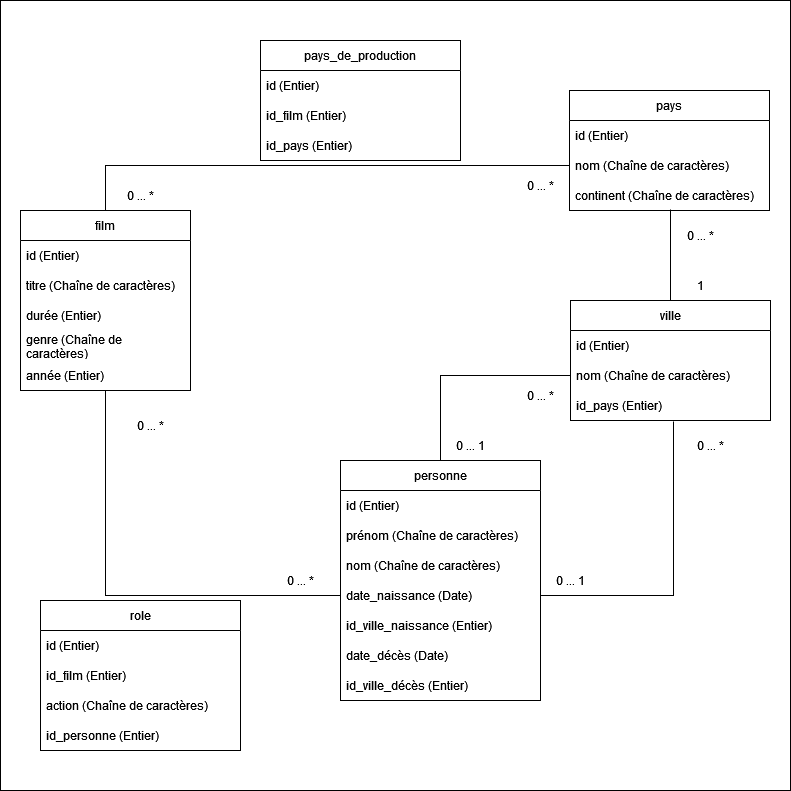
The draw.io diagram Base de données films - Support pour les cours 6 et 7/films_modele_conceptuel.png in virgile-reignier/Cours-Pratiques-Numeriques-Universite-Picardie-L2-L3, before a commit. Source tidied: cells renumbered, new cells last; positions are measured from the earlier drawing's top-left corner, leaving out a move shared by most shapes. The source it was exported from:
```xml
<mxGraphModel>
  <root>
    <mxCell id="0" />
    <mxCell id="1" parent="0" />
    <mxCell id="2" style="whiteSpace=wrap;html=1;fillColor=default;" parent="1" vertex="1">
      <mxGeometry width="790" height="790" as="geometry" />
    </mxCell>
    <mxCell id="3" style="edgeStyle=orthogonalEdgeStyle;rounded=0;jettySize=auto;html=1;entryX=0;entryY=0.5;entryDx=0;entryDy=0;startArrow=none;startFill=0;endArrow=none;endFill=0;" parent="1" edge="1" source="4" target="28">
      <mxGeometry relative="1" as="geometry" />
    </mxCell>
    <mxCell id="4" value="film" style="swimlane;fontStyle=0;horizontal=1;startSize=30;whiteSpace=wrap;html=1;fillColor=#FFFFFF;" parent="1" vertex="1">
      <mxGeometry x="20" y="210" width="170" height="180" as="geometry" />
    </mxCell>
    <mxCell id="5" value="id (Entier)" style="text;strokeColor=none;fillColor=none;align=left;verticalAlign=middle;spacingLeft=4;spacingRight=4;overflow=hidden;whiteSpace=wrap;html=1;" parent="4" vertex="1">
      <mxGeometry y="30" width="170" height="30" as="geometry" />
    </mxCell>
    <mxCell id="6" value="titre (Chaîne de caractères)" style="text;strokeColor=none;fillColor=none;align=left;verticalAlign=middle;spacingLeft=4;spacingRight=4;overflow=hidden;whiteSpace=wrap;html=1;" parent="4" vertex="1">
      <mxGeometry y="60" width="170" height="30" as="geometry" />
    </mxCell>
    <mxCell id="7" value="durée (Entier)" style="text;strokeColor=none;fillColor=none;align=left;verticalAlign=middle;spacingLeft=4;spacingRight=4;overflow=hidden;whiteSpace=wrap;html=1;" parent="4" vertex="1">
      <mxGeometry y="90" width="170" height="30" as="geometry" />
    </mxCell>
    <mxCell id="8" value="&lt;div&gt;genre (Chaîne de caractères)&lt;/div&gt;" style="text;strokeColor=none;fillColor=none;align=left;verticalAlign=middle;spacingLeft=4;spacingRight=4;overflow=hidden;whiteSpace=wrap;html=1;" parent="4" vertex="1">
      <mxGeometry y="120" width="170" height="30" as="geometry" />
    </mxCell>
    <mxCell id="9" value="&lt;div&gt;année (Entier)&lt;/div&gt;" style="text;strokeColor=none;fillColor=none;align=left;verticalAlign=middle;spacingLeft=4;spacingRight=4;overflow=hidden;whiteSpace=wrap;html=1;" parent="4" vertex="1">
      <mxGeometry y="150" width="170" height="30" as="geometry" />
    </mxCell>
    <mxCell id="10" value="pays" style="swimlane;fontStyle=0;horizontal=1;startSize=30;whiteSpace=wrap;html=1;" parent="1" vertex="1">
      <mxGeometry x="569" y="90" width="200" height="120" as="geometry" />
    </mxCell>
    <mxCell id="11" value="id (Entier)" style="text;strokeColor=none;fillColor=none;align=left;verticalAlign=middle;spacingLeft=4;spacingRight=4;overflow=hidden;whiteSpace=wrap;html=1;" parent="10" vertex="1">
      <mxGeometry y="30" width="200" height="30" as="geometry" />
    </mxCell>
    <mxCell id="12" value="nom (Chaîne de caractères)" style="text;strokeColor=none;fillColor=none;align=left;verticalAlign=middle;spacingLeft=4;spacingRight=4;overflow=hidden;points=[[0,0.5],[1,0.5]];portConstraint=eastwest;whiteSpace=wrap;html=1;" parent="10" vertex="1">
      <mxGeometry y="60" width="200" height="30" as="geometry" />
    </mxCell>
    <mxCell id="13" value="continent (Chaîne de caractères)" style="text;strokeColor=none;fillColor=none;align=left;verticalAlign=middle;spacingLeft=4;spacingRight=4;overflow=hidden;points=[[0,0.5],[1,0.5]];portConstraint=eastwest;whiteSpace=wrap;html=1;" parent="10" vertex="1">
      <mxGeometry y="90" width="200" height="30" as="geometry" />
    </mxCell>
    <mxCell id="14" value="pays_de_production" style="swimlane;fontStyle=0;horizontal=1;startSize=30;whiteSpace=wrap;html=1;" parent="1" vertex="1">
      <mxGeometry x="260" y="40" width="200" height="120" as="geometry" />
    </mxCell>
    <mxCell id="15" value="id (Entier)" style="text;strokeColor=none;fillColor=none;align=left;verticalAlign=middle;spacingLeft=4;spacingRight=4;overflow=hidden;whiteSpace=wrap;html=1;" parent="14" vertex="1">
      <mxGeometry y="30" width="200" height="30" as="geometry" />
    </mxCell>
    <mxCell id="16" value="id_film (Entier)" style="text;strokeColor=none;fillColor=none;align=left;verticalAlign=middle;spacingLeft=4;spacingRight=4;overflow=hidden;whiteSpace=wrap;html=1;" parent="14" vertex="1">
      <mxGeometry y="60" width="200" height="30" as="geometry" />
    </mxCell>
    <mxCell id="17" value="id_pays (Entier)" style="text;strokeColor=none;fillColor=none;align=left;verticalAlign=middle;spacingLeft=4;spacingRight=4;overflow=hidden;whiteSpace=wrap;html=1;" parent="14" vertex="1">
      <mxGeometry y="90" width="200" height="30" as="geometry" />
    </mxCell>
    <mxCell id="18" style="edgeStyle=orthogonalEdgeStyle;rounded=0;jettySize=auto;html=1;startArrow=none;startFill=0;endArrow=none;endFill=0;entryX=0.505;entryY=0.967;entryDx=0;entryDy=0;entryPerimeter=0;" parent="1" edge="1" source="19" target="13">
      <mxGeometry relative="1" as="geometry" />
    </mxCell>
    <mxCell id="19" value="ville" style="swimlane;fontStyle=0;horizontal=1;startSize=30;whiteSpace=wrap;html=1;" parent="1" vertex="1">
      <mxGeometry x="570" y="300" width="200" height="120" as="geometry" />
    </mxCell>
    <mxCell id="20" value="id (Entier)" style="text;strokeColor=none;fillColor=none;align=left;verticalAlign=middle;spacingLeft=4;spacingRight=4;overflow=hidden;whiteSpace=wrap;html=1;" parent="19" vertex="1">
      <mxGeometry y="30" width="200" height="30" as="geometry" />
    </mxCell>
    <mxCell id="21" value="nom (Chaîne de caractères)" style="text;strokeColor=none;fillColor=none;align=left;verticalAlign=middle;spacingLeft=4;spacingRight=4;overflow=hidden;points=[[0,0.5],[1,0.5]];portConstraint=eastwest;whiteSpace=wrap;html=1;" parent="19" vertex="1">
      <mxGeometry y="60" width="200" height="30" as="geometry" />
    </mxCell>
    <mxCell id="22" value="id_pays (Entier)" style="text;strokeColor=none;fillColor=none;align=left;verticalAlign=middle;spacingLeft=4;spacingRight=4;overflow=hidden;points=[[0,0.5],[1,0.5]];portConstraint=eastwest;whiteSpace=wrap;html=1;" parent="19" vertex="1">
      <mxGeometry y="90" width="200" height="30" as="geometry" />
    </mxCell>
    <mxCell id="23" style="edgeStyle=orthogonalEdgeStyle;rounded=0;jettySize=auto;html=1;entryX=0;entryY=0.5;entryDx=0;entryDy=0;endArrow=none;endFill=0;" parent="1" edge="1" source="24" target="21">
      <mxGeometry relative="1" as="geometry" />
    </mxCell>
    <mxCell id="24" value="personne" style="swimlane;fontStyle=0;horizontal=1;startSize=30;whiteSpace=wrap;html=1;" parent="1" vertex="1">
      <mxGeometry x="340" y="460" width="200" height="240" as="geometry" />
    </mxCell>
    <mxCell id="25" value="id (Entier)" style="text;strokeColor=none;fillColor=none;align=left;verticalAlign=middle;spacingLeft=4;spacingRight=4;overflow=hidden;whiteSpace=wrap;html=1;" parent="24" vertex="1">
      <mxGeometry y="30" width="200" height="30" as="geometry" />
    </mxCell>
    <mxCell id="26" value="prénom (Chaîne de caractères)" style="text;strokeColor=none;fillColor=none;align=left;verticalAlign=middle;spacingLeft=4;spacingRight=4;overflow=hidden;whiteSpace=wrap;html=1;" parent="24" vertex="1">
      <mxGeometry y="60" width="200" height="30" as="geometry" />
    </mxCell>
    <mxCell id="27" value="nom (Chaîne de caractères)" style="text;strokeColor=none;fillColor=none;align=left;verticalAlign=middle;spacingLeft=4;spacingRight=4;overflow=hidden;whiteSpace=wrap;html=1;" parent="24" vertex="1">
      <mxGeometry y="90" width="200" height="30" as="geometry" />
    </mxCell>
    <mxCell id="28" value="date_naissance (Date)" style="text;strokeColor=none;fillColor=none;align=left;verticalAlign=middle;spacingLeft=4;spacingRight=4;overflow=hidden;points=[[0,0.5],[1,0.5]];portConstraint=eastwest;whiteSpace=wrap;html=1;" parent="24" vertex="1">
      <mxGeometry y="120" width="200" height="30" as="geometry" />
    </mxCell>
    <mxCell id="29" value="&lt;div&gt;id_ville_naissance (Entier)&lt;/div&gt;" style="text;strokeColor=none;fillColor=none;align=left;verticalAlign=middle;spacingLeft=4;spacingRight=4;overflow=hidden;whiteSpace=wrap;html=1;" parent="24" vertex="1">
      <mxGeometry y="150" width="200" height="30" as="geometry" />
    </mxCell>
    <mxCell id="30" value="&lt;div&gt;date_décès (Date)&lt;/div&gt;" style="text;strokeColor=none;fillColor=none;align=left;verticalAlign=middle;spacingLeft=4;spacingRight=4;overflow=hidden;whiteSpace=wrap;html=1;" parent="24" vertex="1">
      <mxGeometry y="180" width="200" height="30" as="geometry" />
    </mxCell>
    <mxCell id="31" value="&lt;div&gt;id_ville_décès (Entier)&lt;/div&gt;" style="text;strokeColor=none;fillColor=none;align=left;verticalAlign=middle;spacingLeft=4;spacingRight=4;overflow=hidden;whiteSpace=wrap;html=1;" parent="24" vertex="1">
      <mxGeometry y="210" width="200" height="30" as="geometry" />
    </mxCell>
    <mxCell id="32" value="role" style="swimlane;fontStyle=0;horizontal=1;startSize=30;whiteSpace=wrap;html=1;" parent="1" vertex="1">
      <mxGeometry x="40" y="600" width="200" height="150" as="geometry" />
    </mxCell>
    <mxCell id="33" value="id (Entier)" style="text;strokeColor=none;fillColor=none;align=left;verticalAlign=middle;spacingLeft=4;spacingRight=4;overflow=hidden;whiteSpace=wrap;html=1;" parent="32" vertex="1">
      <mxGeometry y="30" width="200" height="30" as="geometry" />
    </mxCell>
    <mxCell id="34" value="id_film (Entier)" style="text;strokeColor=none;fillColor=none;align=left;verticalAlign=middle;spacingLeft=4;spacingRight=4;overflow=hidden;whiteSpace=wrap;html=1;" parent="32" vertex="1">
      <mxGeometry y="60" width="200" height="30" as="geometry" />
    </mxCell>
    <mxCell id="35" value="action (Chaîne de caractères)" style="text;align=left;verticalAlign=middle;spacingLeft=4;spacingRight=4;overflow=hidden;whiteSpace=wrap;html=1;fillColor=none;" parent="32" vertex="1">
      <mxGeometry y="90" width="200" height="30" as="geometry" />
    </mxCell>
    <mxCell id="36" value="id_personne (Entier)" style="text;strokeColor=none;fillColor=none;align=left;verticalAlign=middle;spacingLeft=4;spacingRight=4;overflow=hidden;whiteSpace=wrap;html=1;" parent="32" vertex="1">
      <mxGeometry y="120" width="200" height="30" as="geometry" />
    </mxCell>
    <mxCell id="37" value="0 ... *" style="text;html=1;strokeColor=none;fillColor=none;align=center;verticalAlign=middle;whiteSpace=wrap;rounded=0;" parent="1" vertex="1">
      <mxGeometry x="510" y="170" width="60" height="30" as="geometry" />
    </mxCell>
    <mxCell id="38" value="0 ... *" style="text;html=1;strokeColor=none;fillColor=none;align=center;verticalAlign=middle;whiteSpace=wrap;rounded=0;" parent="1" vertex="1">
      <mxGeometry x="270" y="565" width="60" height="30" as="geometry" />
    </mxCell>
    <mxCell id="39" style="edgeStyle=orthogonalEdgeStyle;rounded=0;jettySize=auto;html=1;entryX=0.515;entryY=1.033;entryDx=0;entryDy=0;entryPerimeter=0;endArrow=none;endFill=0;" parent="1" edge="1" source="28" target="22">
      <mxGeometry relative="1" as="geometry" />
    </mxCell>
    <mxCell id="40" value="0 ... *" style="text;html=1;strokeColor=none;fillColor=none;align=center;verticalAlign=middle;whiteSpace=wrap;rounded=0;" parent="1" vertex="1">
      <mxGeometry x="510" y="380" width="60" height="30" as="geometry" />
    </mxCell>
    <mxCell id="41" value="0 ... 1" style="text;html=1;strokeColor=none;fillColor=none;align=center;verticalAlign=middle;whiteSpace=wrap;rounded=0;" parent="1" vertex="1">
      <mxGeometry x="440" y="430" width="60" height="30" as="geometry" />
    </mxCell>
    <mxCell id="42" value="0 ... 1" style="text;html=1;strokeColor=none;fillColor=none;align=center;verticalAlign=middle;whiteSpace=wrap;rounded=0;" parent="1" vertex="1">
      <mxGeometry x="540" y="565" width="60" height="30" as="geometry" />
    </mxCell>
    <mxCell id="43" value="&lt;div&gt;0 ... *&lt;/div&gt;" style="text;html=1;strokeColor=none;fillColor=none;align=center;verticalAlign=middle;whiteSpace=wrap;rounded=0;" parent="1" vertex="1">
      <mxGeometry x="680" y="430" width="60" height="30" as="geometry" />
    </mxCell>
    <mxCell id="44" value="&lt;div&gt;1&lt;/div&gt;" style="text;html=1;strokeColor=none;fillColor=none;align=center;verticalAlign=middle;whiteSpace=wrap;rounded=0;" parent="1" vertex="1">
      <mxGeometry x="670" y="270" width="60" height="30" as="geometry" />
    </mxCell>
    <mxCell id="45" value="0 ... *" style="text;html=1;strokeColor=none;fillColor=none;align=center;verticalAlign=middle;whiteSpace=wrap;rounded=0;" parent="1" vertex="1">
      <mxGeometry x="670" y="220" width="60" height="30" as="geometry" />
    </mxCell>
    <mxCell id="46" style="edgeStyle=orthogonalEdgeStyle;rounded=0;jettySize=auto;html=1;entryX=0.5;entryY=0;entryDx=0;entryDy=0;startArrow=none;startFill=0;endArrow=none;endFill=0;" parent="1" edge="1" source="12" target="4">
      <mxGeometry relative="1" as="geometry" />
    </mxCell>
    <mxCell id="47" value="0 ... *" style="text;html=1;strokeColor=none;fillColor=none;align=center;verticalAlign=middle;whiteSpace=wrap;rounded=0;" parent="1" vertex="1">
      <mxGeometry x="110" y="180" width="60" height="30" as="geometry" />
    </mxCell>
    <mxCell id="48" value="0 ... *" style="text;html=1;strokeColor=none;fillColor=none;align=center;verticalAlign=middle;whiteSpace=wrap;rounded=0;" parent="1" vertex="1">
      <mxGeometry x="120" y="410" width="60" height="30" as="geometry" />
    </mxCell>
  </root>
</mxGraphModel>
```
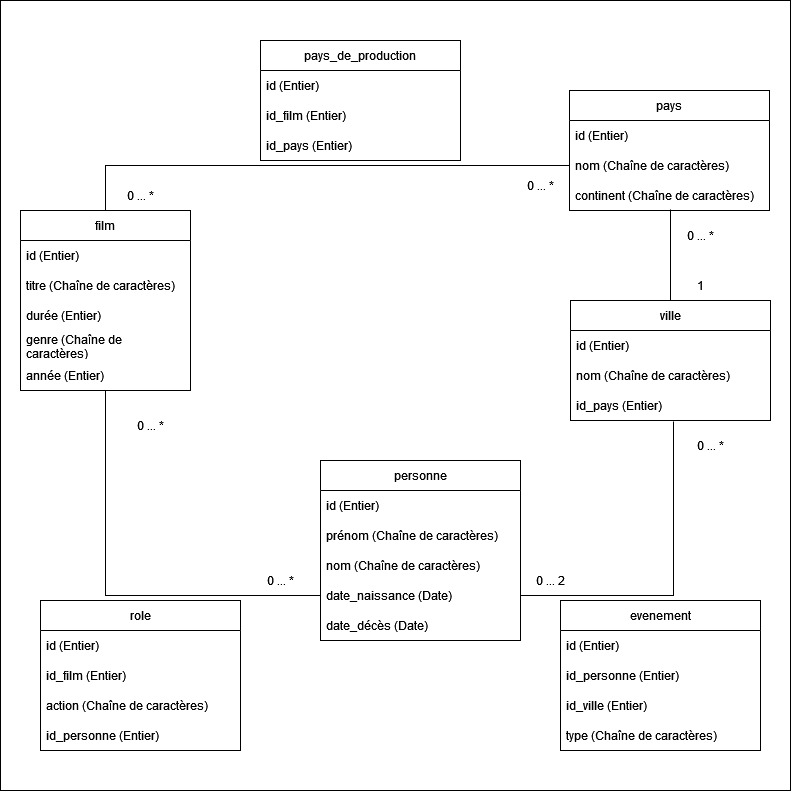
Above is the later version.

Diff of the diagram source:
```diff
@@ -65,11 +65,8 @@
     <mxCell id="22" value="id_pays (Entier)" style="text;strokeColor=none;fillColor=none;align=left;verticalAlign=middle;spacingLeft=4;spacingRight=4;overflow=hidden;points=[[0,0.5],[1,0.5]];portConstraint=eastwest;whiteSpace=wrap;html=1;" parent="19" vertex="1">
       <mxGeometry y="90" width="200" height="30" as="geometry" />
     </mxCell>
-    <mxCell id="23" style="edgeStyle=orthogonalEdgeStyle;rounded=0;jettySize=auto;html=1;entryX=0;entryY=0.5;entryDx=0;entryDy=0;endArrow=none;endFill=0;" parent="1" edge="1" source="24" target="21">
-      <mxGeometry relative="1" as="geometry" />
-    </mxCell>
     <mxCell id="24" value="personne" style="swimlane;fontStyle=0;horizontal=1;startSize=30;whiteSpace=wrap;html=1;" parent="1" vertex="1">
-      <mxGeometry x="340" y="460" width="200" height="240" as="geometry" />
+      <mxGeometry x="320" y="460" width="200" height="180" as="geometry" />
     </mxCell>
     <mxCell id="25" value="id (Entier)" style="text;strokeColor=none;fillColor=none;align=left;verticalAlign=middle;spacingLeft=4;spacingRight=4;overflow=hidden;whiteSpace=wrap;html=1;" parent="24" vertex="1">
       <mxGeometry y="30" width="200" height="30" as="geometry" />
@@ -83,15 +80,9 @@
     <mxCell id="28" value="date_naissance (Date)" style="text;strokeColor=none;fillColor=none;align=left;verticalAlign=middle;spacingLeft=4;spacingRight=4;overflow=hidden;points=[[0,0.5],[1,0.5]];portConstraint=eastwest;whiteSpace=wrap;html=1;" parent="24" vertex="1">
       <mxGeometry y="120" width="200" height="30" as="geometry" />
     </mxCell>
-    <mxCell id="29" value="&lt;div&gt;id_ville_naissance (Entier)&lt;/div&gt;" style="text;strokeColor=none;fillColor=none;align=left;verticalAlign=middle;spacingLeft=4;spacingRight=4;overflow=hidden;whiteSpace=wrap;html=1;" parent="24" vertex="1">
-      <mxGeometry y="150" width="200" height="30" as="geometry" />
-    </mxCell>
     <mxCell id="30" value="&lt;div&gt;date_décès (Date)&lt;/div&gt;" style="text;strokeColor=none;fillColor=none;align=left;verticalAlign=middle;spacingLeft=4;spacingRight=4;overflow=hidden;whiteSpace=wrap;html=1;" parent="24" vertex="1">
-      <mxGeometry y="180" width="200" height="30" as="geometry" />
+      <mxGeometry y="150" width="200" height="30" as="geometry" />
     </mxCell>
-    <mxCell id="31" value="&lt;div&gt;id_ville_décès (Entier)&lt;/div&gt;" style="text;strokeColor=none;fillColor=none;align=left;verticalAlign=middle;spacingLeft=4;spacingRight=4;overflow=hidden;whiteSpace=wrap;html=1;" parent="24" vertex="1">
-      <mxGeometry y="210" width="200" height="30" as="geometry" />
-    </mxCell>
     <mxCell id="32" value="role" style="swimlane;fontStyle=0;horizontal=1;startSize=30;whiteSpace=wrap;html=1;" parent="1" vertex="1">
       <mxGeometry x="40" y="600" width="200" height="150" as="geometry" />
     </mxCell>
@@ -111,19 +102,13 @@
       <mxGeometry x="510" y="170" width="60" height="30" as="geometry" />
     </mxCell>
     <mxCell id="38" value="0 ... *" style="text;html=1;strokeColor=none;fillColor=none;align=center;verticalAlign=middle;whiteSpace=wrap;rounded=0;" parent="1" vertex="1">
-      <mxGeometry x="270" y="565" width="60" height="30" as="geometry" />
+      <mxGeometry x="250" y="565" width="60" height="30" as="geometry" />
     </mxCell>
     <mxCell id="39" style="edgeStyle=orthogonalEdgeStyle;rounded=0;jettySize=auto;html=1;entryX=0.515;entryY=1.033;entryDx=0;entryDy=0;entryPerimeter=0;endArrow=none;endFill=0;" parent="1" edge="1" source="28" target="22">
       <mxGeometry relative="1" as="geometry" />
     </mxCell>
-    <mxCell id="40" value="0 ... *" style="text;html=1;strokeColor=none;fillColor=none;align=center;verticalAlign=middle;whiteSpace=wrap;rounded=0;" parent="1" vertex="1">
-      <mxGeometry x="510" y="380" width="60" height="30" as="geometry" />
-    </mxCell>
-    <mxCell id="41" value="0 ... 1" style="text;html=1;strokeColor=none;fillColor=none;align=center;verticalAlign=middle;whiteSpace=wrap;rounded=0;" parent="1" vertex="1">
-      <mxGeometry x="440" y="430" width="60" height="30" as="geometry" />
-    </mxCell>
-    <mxCell id="42" value="0 ... 1" style="text;html=1;strokeColor=none;fillColor=none;align=center;verticalAlign=middle;whiteSpace=wrap;rounded=0;" parent="1" vertex="1">
-      <mxGeometry x="540" y="565" width="60" height="30" as="geometry" />
+    <mxCell id="42" value="0 ... 2" style="text;html=1;strokeColor=none;fillColor=none;align=center;verticalAlign=middle;whiteSpace=wrap;rounded=0;" parent="1" vertex="1">
+      <mxGeometry x="520" y="565" width="60" height="30" as="geometry" />
     </mxCell>
     <mxCell id="43" value="&lt;div&gt;0 ... *&lt;/div&gt;" style="text;html=1;strokeColor=none;fillColor=none;align=center;verticalAlign=middle;whiteSpace=wrap;rounded=0;" parent="1" vertex="1">
       <mxGeometry x="680" y="430" width="60" height="30" as="geometry" />
@@ -143,5 +128,20 @@
     <mxCell id="48" value="0 ... *" style="text;html=1;strokeColor=none;fillColor=none;align=center;verticalAlign=middle;whiteSpace=wrap;rounded=0;" parent="1" vertex="1">
       <mxGeometry x="120" y="410" width="60" height="30" as="geometry" />
     </mxCell>
+    <mxCell id="49" value="evenement" style="swimlane;fontStyle=0;horizontal=1;startSize=30;whiteSpace=wrap;html=1;" parent="1" vertex="1">
+      <mxGeometry x="560" y="600" width="200" height="150" as="geometry" />
+    </mxCell>
+    <mxCell id="50" value="id (Entier)" style="text;strokeColor=none;fillColor=none;align=left;verticalAlign=middle;spacingLeft=4;spacingRight=4;overflow=hidden;whiteSpace=wrap;html=1;" parent="49" vertex="1">
+      <mxGeometry y="30" width="200" height="30" as="geometry" />
+    </mxCell>
+    <mxCell id="51" value="id_personne (Entier)" style="text;strokeColor=none;fillColor=none;align=left;verticalAlign=middle;spacingLeft=4;spacingRight=4;overflow=hidden;whiteSpace=wrap;html=1;" parent="49" vertex="1">
+      <mxGeometry y="60" width="200" height="30" as="geometry" />
+    </mxCell>
+    <mxCell id="52" value="id_ville (Entier)" style="text;strokeColor=none;fillColor=none;align=left;verticalAlign=middle;spacingLeft=4;spacingRight=4;overflow=hidden;whiteSpace=wrap;html=1;" parent="49" vertex="1">
+      <mxGeometry y="90" width="200" height="30" as="geometry" />
+    </mxCell>
+    <mxCell id="53" value="type (Chaîne de caractères)" style="text;strokeColor=none;fillColor=none;align=left;verticalAlign=middle;spacingLeft=4;spacingRight=4;overflow=hidden;whiteSpace=wrap;html=1;" parent="49" vertex="1">
+      <mxGeometry y="120" width="200" height="30" as="geometry" />
+    </mxCell>
   </root>
 </mxGraphModel>
```
